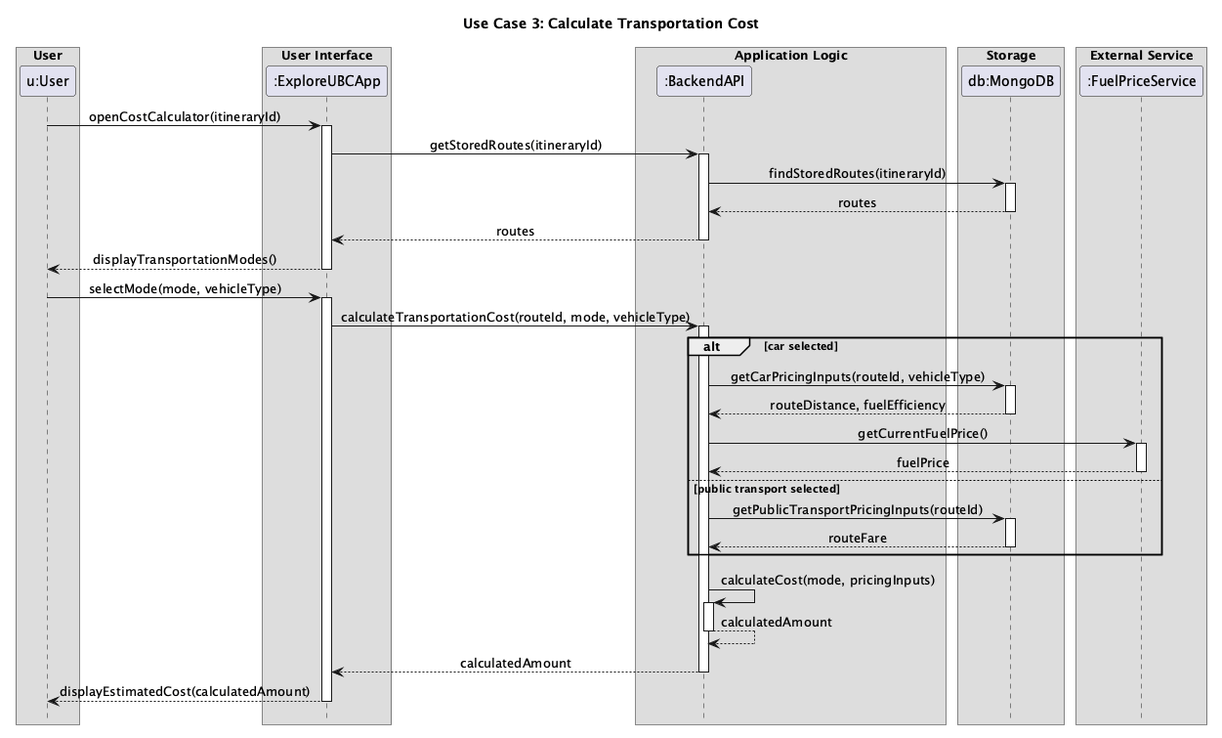
Above: documentation/images/transportation_cost_seq_diagram.png in islamhampriv/ExploreUBC (PlantUML), before the change. Source of this version:
```plantuml
@startuml
title Use Case 3: Calculate Transportation Cost

skinparam ArrowFontStyle plain
skinparam ParticipantStyle rectangle
skinparam Shadowing false
skinparam DefaultTextAlignment center
skinparam SequenceMessageAlign center
skinparam SequenceBoxFontSize 15
skinparam SequenceBoxPadding 0
skinparam FontName Arial
hide footbox

box "User"
participant "u:User" as User
end box

box "User Interface"
participant ":ExploreUBCApp" as App
end box

box "Application Logic"
participant ":BackendAPI" as Backend
end box

box "Storage"
participant "db:MongoDB" as DB
end box

box "External Service"
participant ":FuelPriceService" as FuelPriceService
end box

User -> App : openCostCalculator(itineraryId)
activate App
App -> Backend : getStoredRoutes(itineraryId)
activate Backend
Backend -> DB : findStoredRoutes(itineraryId)
activate DB
DB --> Backend : routes
deactivate DB
Backend --> App : routes
deactivate Backend
App --> User : displayTransportationModes()
deactivate App

User -> App : selectMode(mode, vehicleType)
activate App
App -> Backend : calculateTransportationCost(routeId, mode, vehicleType)
activate Backend

alt car selected
    Backend -> DB : getCarPricingInputs(routeId, vehicleType)
    activate DB
    DB --> Backend : routeDistance, fuelEfficiency
    deactivate DB
    Backend -> FuelPriceService : getCurrentFuelPrice()
    activate FuelPriceService
    FuelPriceService --> Backend : fuelPrice
    deactivate FuelPriceService
else public transport selected
    Backend -> DB : getPublicTransportPricingInputs(routeId)
    activate DB
    DB --> Backend : routeFare
    deactivate DB
end

Backend -> Backend : calculateCost(mode, pricingInputs)
activate Backend
Backend --> Backend : calculatedAmount
deactivate Backend
Backend --> App : calculatedAmount
deactivate Backend
App --> User : displayEstimatedCost(calculatedAmount)
deactivate App

@enduml
```
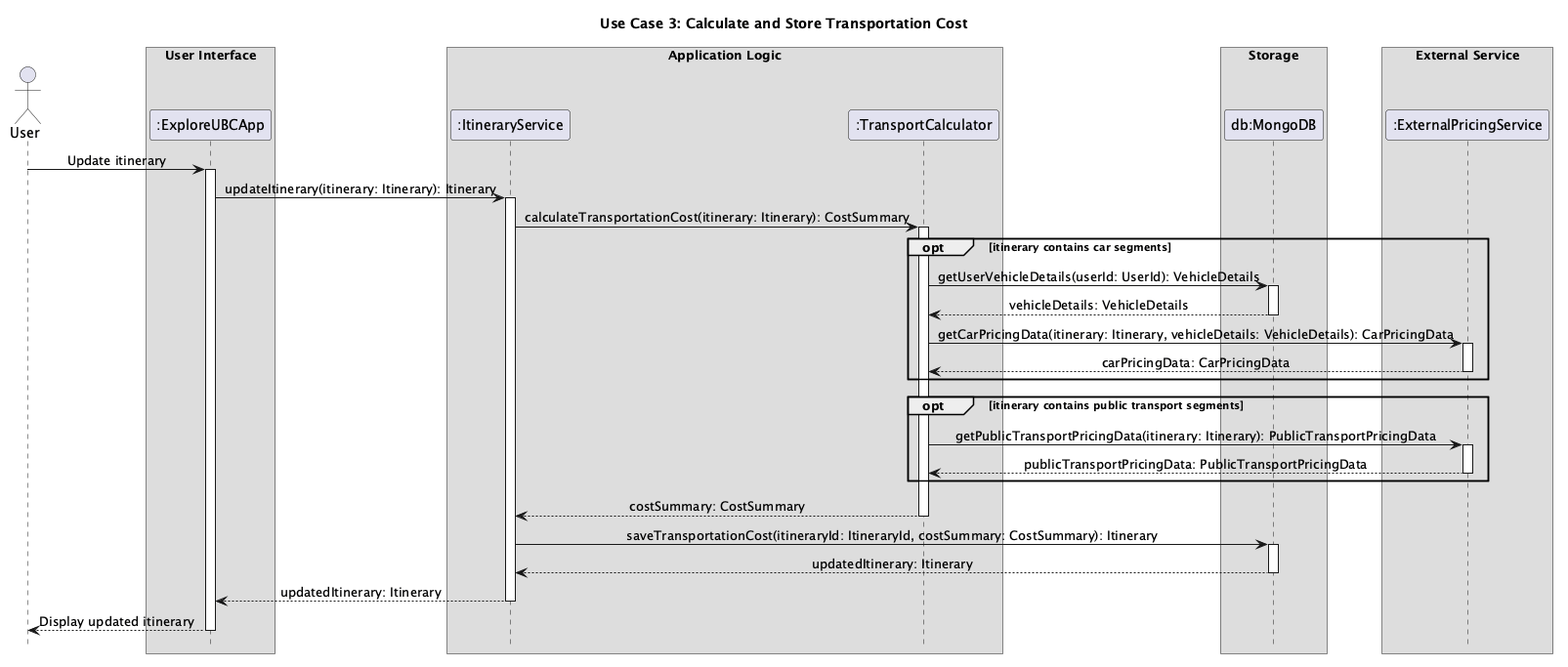
After the change.

Commit message:
docs: update sequence diagram for transportation calculator

The edit, as a diff of the source:
```diff
@@ -1,5 +1,5 @@
 @startuml
-title Use Case 3: Calculate Transportation Cost
+title Use Case 3: Calculate and Store Transportation Cost
 
 skinparam ArrowFontStyle plain
 skinparam ParticipantStyle rectangle
@@ -11,67 +11,63 @@
 skinparam FontName Arial
 hide footbox
 
-box "User"
-participant "u:User" as User
-end box
+actor User
 
 box "User Interface"
 participant ":ExploreUBCApp" as App
 end box
 
 box "Application Logic"
-participant ":BackendAPI" as Backend
+participant ":ItineraryService" as ItineraryService
+participant ":TransportCalculator" as Calculator
 end box
 
 box "Storage"
-participant "db:MongoDB" as DB
+participant "db:MongoDB" as Database
 end box
 
 box "External Service"
-participant ":FuelPriceService" as FuelPriceService
+participant ":ExternalPricingService" as ExternalService
 end box
 
-User -> App : openCostCalculator(itineraryId)
+User -> App : Update itinerary
 activate App
-App -> Backend : getStoredRoutes(itineraryId)
-activate Backend
-Backend -> DB : findStoredRoutes(itineraryId)
-activate DB
-DB --> Backend : routes
-deactivate DB
-Backend --> App : routes
-deactivate Backend
-App --> User : displayTransportationModes()
-deactivate App
+App -> ItineraryService : updateItinerary(itinerary: Itinerary): Itinerary
+activate ItineraryService
 
-User -> App : selectMode(mode, vehicleType)
-activate App
-App -> Backend : calculateTransportationCost(routeId, mode, vehicleType)
-activate Backend
+ItineraryService -> Calculator : calculateTransportationCost(itinerary: Itinerary): CostSummary
+activate Calculator
 
-alt car selected
-    Backend -> DB : getCarPricingInputs(routeId, vehicleType)
-    activate DB
-    DB --> Backend : routeDistance, fuelEfficiency
-    deactivate DB
-    Backend -> FuelPriceService : getCurrentFuelPrice()
-    activate FuelPriceService
-    FuelPriceService --> Backend : fuelPrice
-    deactivate FuelPriceService
-else public transport selected
-    Backend -> DB : getPublicTransportPricingInputs(routeId)
-    activate DB
-    DB --> Backend : routeFare
-    deactivate DB
+opt itinerary contains car segments
+    Calculator -> Database : getUserVehicleDetails(userId: UserId): VehicleDetails
+    activate Database
+    Database --> Calculator : vehicleDetails: VehicleDetails
+    deactivate Database
+
+    Calculator -> ExternalService : getCarPricingData(itinerary: Itinerary, vehicleDetails: VehicleDetails): CarPricingData
+    activate ExternalService
+    ExternalService --> Calculator : carPricingData: CarPricingData
+    deactivate ExternalService
 end
 
-Backend -> Backend : calculateCost(mode, pricingInputs)
-activate Backend
-Backend --> Backend : calculatedAmount
-deactivate Backend
-Backend --> App : calculatedAmount
-deactivate Backend
-App --> User : displayEstimatedCost(calculatedAmount)
+opt itinerary contains public transport segments
+    Calculator -> ExternalService : getPublicTransportPricingData(itinerary: Itinerary): PublicTransportPricingData
+    activate ExternalService
+    ExternalService --> Calculator : publicTransportPricingData: PublicTransportPricingData
+    deactivate ExternalService
+end
+
+Calculator --> ItineraryService : costSummary: CostSummary
+deactivate Calculator
+
+ItineraryService -> Database : saveTransportationCost(itineraryId: ItineraryId, costSummary: CostSummary): Itinerary
+activate Database
+Database --> ItineraryService : updatedItinerary: Itinerary
+deactivate Database
+
+ItineraryService --> App : updatedItinerary: Itinerary
+deactivate ItineraryService
+App --> User : Display updated itinerary
 deactivate App
 
 @enduml
```
